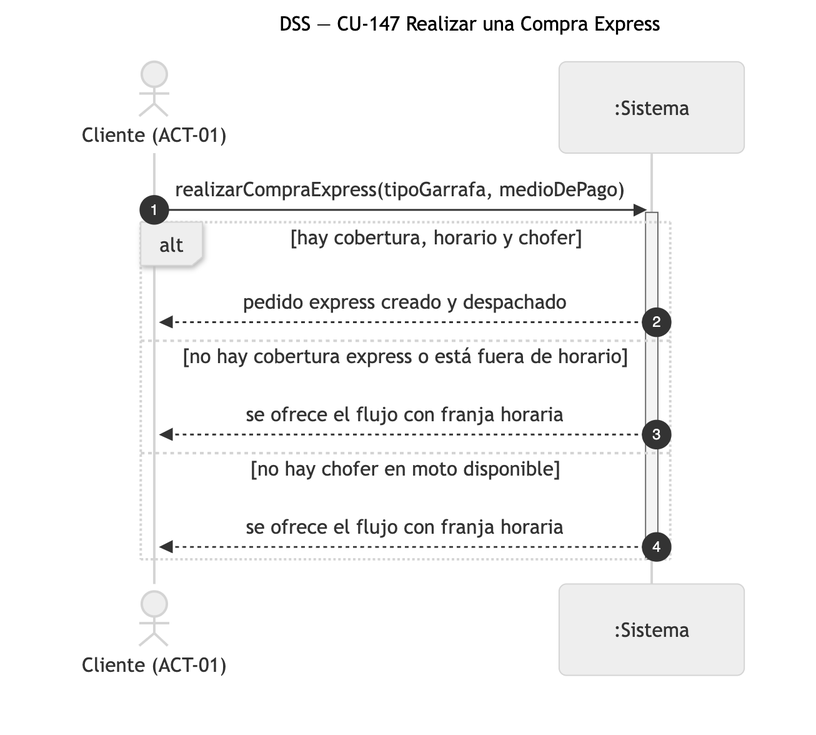
Earlier version of the Mermaid export diagramas/png/DSS_CU-147_Realizar-una-Compra-Express.png (Nahuelito-Dev/splg-docs). Its source is kept beside it as diagramas/DSS_CU-147_Realizar-una-Compra-Express.mmd.
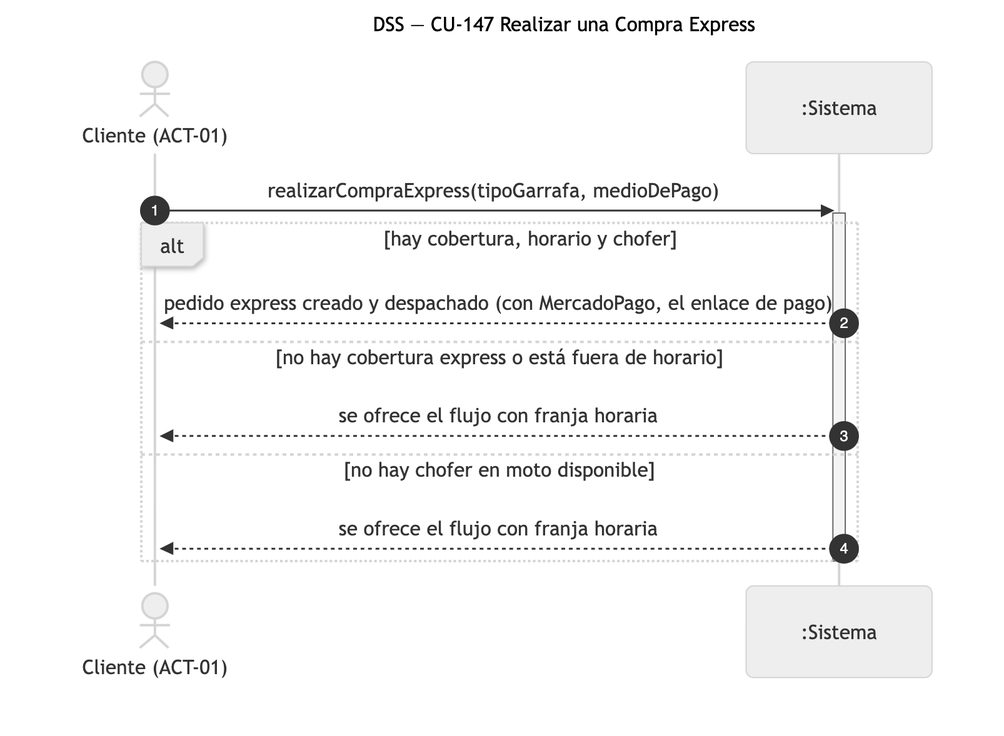
Above is the later version.

Diff of the diagram source:
```diff
@@ -7,7 +7,7 @@
     CLI->>SIS: realizarCompraExpress(tipoGarrafa, medioDePago)
     activate SIS
     alt hay cobertura, horario y chofer
-        SIS-->>CLI: pedido express creado y despachado
+        SIS-->>CLI: pedido express creado y despachado (con MercadoPago, el enlace de pago)
     else no hay cobertura express o está fuera de horario
         SIS-->>CLI: se ofrece el flujo con franja horaria
     else no hay chofer en moto disponible
```
